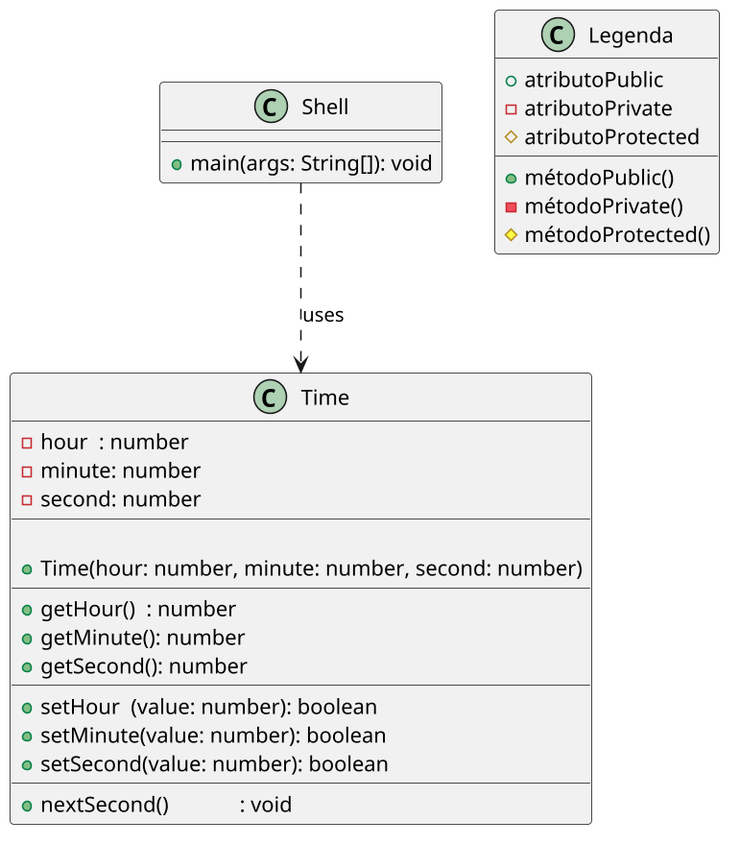
qxcodepoo/arcade keeps this PlantUML diagram as labs/relogio/assets/diagrama.png. Above is the earlier version.
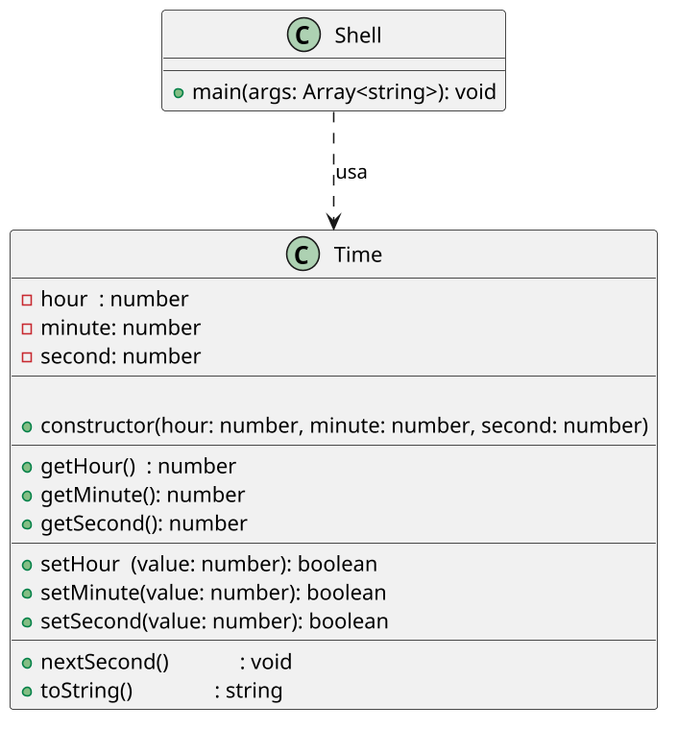
Above is the later version.

The edit, as a diff of the source:
```diff
@@ -10,7 +10,7 @@
   - second: number
   __
 
-  + Time(hour: number, minute: number, second: number)
+  + constructor(hour: number, minute: number, second: number)
   __
   + getHour()  : number
   + getMinute(): number
@@ -21,22 +21,13 @@
   + setSecond(value: number): boolean
   __
   + nextSecond()             : void
+  + toString()               : string
 }
 
 class Shell {
-  + main(args: String[]): void
+  + main(args: Array<string>): void
 }
 
-Shell ..> Time : uses
-
-class Legenda {
-  + atributoPublic
-  - atributoPrivate
-  # atributoProtected
-  __
-  + métodoPublic()
-  - métodoPrivate()
-  # métodoProtected()
-}
+Shell ..> Time : usa
 
 @enduml
```
